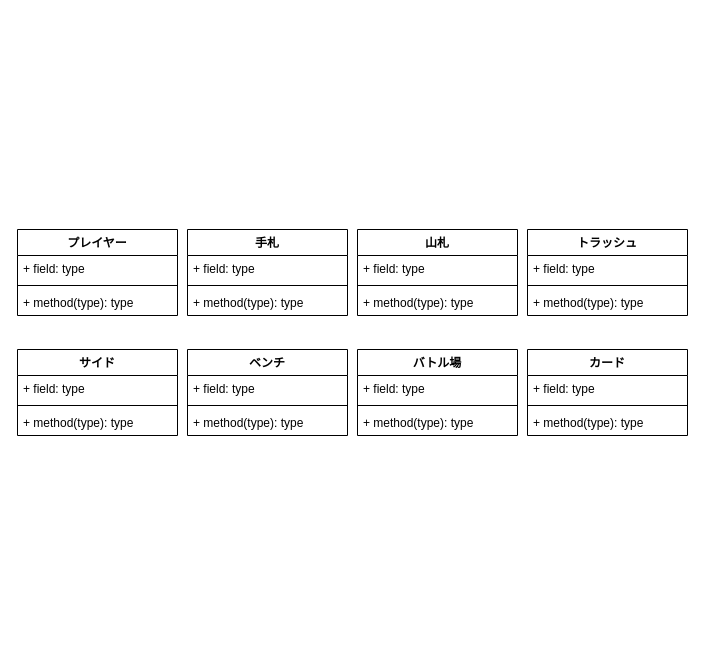
Before: page "ページ5" (5 of 5) of データベース草案.drawio in tinatamago/ptcg, a draw.io diagram. Source tidied: cells renumbered, new cells numbered last; positions are measured from the earlier drawing's top-left corner, leaving out a move shared by most shapes. Both pictures are drawn from the tidied source at 100%, with x=0, y=0 at pixel (17, 229).
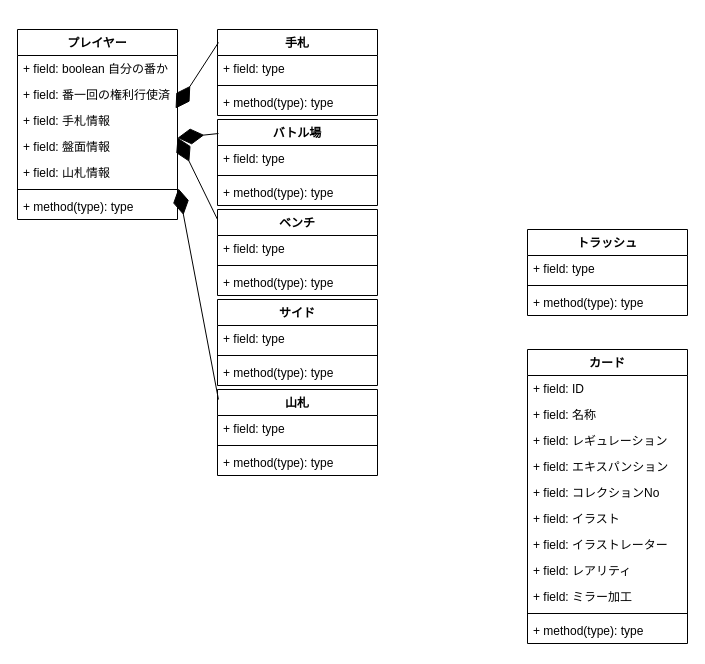
Above is the later version.

What changed in the source:
```diff
@@
     <mxCell id="2" value="プレイヤー" style="swimlane;fontStyle=1;align=center;verticalAlign=top;horizontal=1;startSize=26;whiteSpace=wrap;html=1;" parent="1" vertex="1">
-      <mxGeometry width="160" height="86" as="geometry" />
+      <mxGeometry y="-200" width="160" height="190" as="geometry" />
     </mxCell>
-    <mxCell id="3" value="+ field: type" style="text;strokeColor=none;fillColor=none;align=left;verticalAlign=top;spacingLeft=4;spacingRight=4;overflow=hidden;whiteSpace=wrap;html=1;" parent="2" vertex="1">
+    <mxCell id="3" value="+ field: boolean 自分の番か" style="text;strokeColor=none;fillColor=none;align=left;verticalAlign=top;spacingLeft=4;spacingRight=4;overflow=hidden;whiteSpace=wrap;html=1;" parent="2" vertex="1">
       <mxGeometry y="26" width="160" height="26" as="geometry" />
     </mxCell>
+    <mxCell id="34" value="+ field: 番一回の権利行使済" style="text;strokeColor=none;fillColor=none;align=left;verticalAlign=top;spacingLeft=4;spacingRight=4;overflow=hidden;whiteSpace=wrap;html=1;" parent="2" vertex="1">
+      <mxGeometry y="52" width="160" height="26" as="geometry" />
+    </mxCell>
+    <mxCell id="35" value="+ field: 手札情報" style="text;strokeColor=none;fillColor=none;align=left;verticalAlign=top;spacingLeft=4;spacingRight=4;overflow=hidden;points=[[0,0.5],[1,0.5]];portConstraint=eastwest;whiteSpace=wrap;html=1;" parent="2" vertex="1">
+      <mxGeometry y="78" width="160" height="26" as="geometry" />
+    </mxCell>
+    <mxCell id="36" value="+ field: 盤面情報" style="text;strokeColor=none;fillColor=none;align=left;verticalAlign=top;spacingLeft=4;spacingRight=4;overflow=hidden;points=[[0,0.5],[1,0.5]];portConstraint=eastwest;whiteSpace=wrap;html=1;" parent="2" vertex="1">
+      <mxGeometry y="104" width="160" height="26" as="geometry" />
+    </mxCell>
+    <mxCell id="37" value="+ field: 山札情報" style="text;strokeColor=none;fillColor=none;align=left;verticalAlign=top;spacingLeft=4;spacingRight=4;overflow=hidden;points=[[0,0.5],[1,0.5]];portConstraint=eastwest;whiteSpace=wrap;html=1;" parent="2" vertex="1">
+      <mxGeometry y="130" width="160" height="26" as="geometry" />
+    </mxCell>
     <mxCell id="4" style="line;strokeWidth=1;fillColor=none;align=left;verticalAlign=middle;spacingTop=-1;spacingLeft=3;spacingRight=3;labelPosition=right;strokeColor=inherit;" parent="2" vertex="1">
-      <mxGeometry y="52" width="160" height="8" as="geometry" />
+      <mxGeometry y="156" width="160" height="8" as="geometry" />
     </mxCell>
     <mxCell id="5" value="+ method(type): type" style="text;strokeColor=none;fillColor=none;align=left;verticalAlign=top;spacingLeft=4;spacingRight=4;overflow=hidden;whiteSpace=wrap;html=1;" parent="2" vertex="1">
-      <mxGeometry y="60" width="160" height="26" as="geometry" />
+      <mxGeometry y="164" width="160" height="26" as="geometry" />
     </mxCell>
     <mxCell id="6" value="手札" style="swimlane;fontStyle=1;align=center;verticalAlign=top;horizontal=1;startSize=26;whiteSpace=wrap;html=1;" parent="1" vertex="1">
-      <mxGeometry x="170" width="160" height="86" as="geometry" />
+      <mxGeometry x="200" y="-200" width="160" height="86" as="geometry" />
     </mxCell>
@@
     <mxCell id="10" value="山札" style="swimlane;fontStyle=1;align=center;verticalAlign=top;horizontal=1;startSize=26;whiteSpace=wrap;html=1;" parent="1" vertex="1">
-      <mxGeometry x="340" width="160" height="86" as="geometry" />
+      <mxGeometry x="200" y="160" width="160" height="86" as="geometry" />
     </mxCell>
@@
     <mxCell id="14" value="サイド" style="swimlane;fontStyle=1;align=center;verticalAlign=top;horizontal=1;startSize=26;whiteSpace=wrap;html=1;" parent="1" vertex="1">
-      <mxGeometry y="120" width="160" height="86" as="geometry" />
+      <mxGeometry x="200" y="70" width="160" height="86" as="geometry" />
     </mxCell>
@@
     <mxCell id="18" value="ベンチ" style="swimlane;fontStyle=1;align=center;verticalAlign=top;horizontal=1;startSize=26;whiteSpace=wrap;html=1;" parent="1" vertex="1">
-      <mxGeometry x="170" y="120" width="160" height="86" as="geometry" />
+      <mxGeometry x="200" y="-20" width="160" height="86" as="geometry" />
     </mxCell>
@@
     <mxCell id="22" value="バトル場" style="swimlane;fontStyle=1;align=center;verticalAlign=top;horizontal=1;startSize=26;whiteSpace=wrap;html=1;" parent="1" vertex="1">
-      <mxGeometry x="340" y="120" width="160" height="86" as="geometry" />
+      <mxGeometry x="200" y="-110" width="160" height="86" as="geometry" />
     </mxCell>
@@
     <mxCell id="30" value="カード" style="swimlane;fontStyle=1;align=center;verticalAlign=top;horizontal=1;startSize=26;whiteSpace=wrap;html=1;" parent="1" vertex="1">
-      <mxGeometry x="510" y="120" width="160" height="86" as="geometry" />
+      <mxGeometry x="510" y="120" width="160" height="294" as="geometry" />
     </mxCell>
+    <mxCell id="38" value="+ field: ID" style="text;strokeColor=none;fillColor=none;align=left;verticalAlign=top;spacingLeft=4;spacingRight=4;overflow=hidden;whiteSpace=wrap;html=1;" parent="30" vertex="1">
+      <mxGeometry y="26" width="160" height="26" as="geometry" />
+    </mxCell>
-    <mxCell id="31" value="+ field: type" style="text;strokeColor=none;fillColor=none;align=left;verticalAlign=top;spacingLeft=4;spacingRight=4;overflow=hidden;whiteSpace=wrap;html=1;" parent="30" vertex="1">
-      <mxGeometry y="26" width="160" height="26" as="geometry" />
+    <mxCell id="31" value="+ field: 名称" style="text;strokeColor=none;fillColor=none;align=left;verticalAlign=top;spacingLeft=4;spacingRight=4;overflow=hidden;whiteSpace=wrap;html=1;" parent="30" vertex="1">
+      <mxGeometry y="52" width="160" height="26" as="geometry" />
     </mxCell>
+    <mxCell id="39" value="+ field: レギュレーション" style="text;strokeColor=none;fillColor=none;align=left;verticalAlign=top;spacingLeft=4;spacingRight=4;overflow=hidden;whiteSpace=wrap;html=1;" parent="30" vertex="1">
+      <mxGeometry y="78" width="160" height="26" as="geometry" />
+    </mxCell>
+    <mxCell id="40" value="+ field: エキスパンション" style="text;strokeColor=none;fillColor=none;align=left;verticalAlign=top;spacingLeft=4;spacingRight=4;overflow=hidden;whiteSpace=wrap;html=1;" parent="30" vertex="1">
+      <mxGeometry y="104" width="160" height="26" as="geometry" />
+    </mxCell>
+    <mxCell id="41" value="+ field: コレクションNo" style="text;strokeColor=none;fillColor=none;align=left;verticalAlign=top;spacingLeft=4;spacingRight=4;overflow=hidden;whiteSpace=wrap;html=1;" parent="30" vertex="1">
+      <mxGeometry y="130" width="160" height="26" as="geometry" />
+    </mxCell>
+    <mxCell id="42" value="+ field: イラスト" style="text;strokeColor=none;fillColor=none;align=left;verticalAlign=top;spacingLeft=4;spacingRight=4;overflow=hidden;whiteSpace=wrap;html=1;" parent="30" vertex="1">
+      <mxGeometry y="156" width="160" height="26" as="geometry" />
+    </mxCell>
+    <mxCell id="43" value="+ field: イラストレーター" style="text;strokeColor=none;fillColor=none;align=left;verticalAlign=top;spacingLeft=4;spacingRight=4;overflow=hidden;whiteSpace=wrap;html=1;" parent="30" vertex="1">
+      <mxGeometry y="182" width="160" height="26" as="geometry" />
+    </mxCell>
+    <mxCell id="44" value="+ field: レアリティ" style="text;strokeColor=none;fillColor=none;align=left;verticalAlign=top;spacingLeft=4;spacingRight=4;overflow=hidden;whiteSpace=wrap;html=1;" parent="30" vertex="1">
+      <mxGeometry y="208" width="160" height="26" as="geometry" />
+    </mxCell>
+    <mxCell id="45" value="+ field: ミラー加工" style="text;strokeColor=none;fillColor=none;align=left;verticalAlign=top;spacingLeft=4;spacingRight=4;overflow=hidden;whiteSpace=wrap;html=1;" parent="30" vertex="1">
+      <mxGeometry y="234" width="160" height="26" as="geometry" />
+    </mxCell>
     <mxCell id="32" style="line;strokeWidth=1;fillColor=none;align=left;verticalAlign=middle;spacingTop=-1;spacingLeft=3;spacingRight=3;labelPosition=right;strokeColor=inherit;" parent="30" vertex="1">
-      <mxGeometry y="52" width="160" height="8" as="geometry" />
+      <mxGeometry y="260" width="160" height="8" as="geometry" />
     </mxCell>
     <mxCell id="33" value="+ method(type): type" style="text;strokeColor=none;fillColor=none;align=left;verticalAlign=top;spacingLeft=4;spacingRight=4;overflow=hidden;whiteSpace=wrap;html=1;" parent="30" vertex="1">
-      <mxGeometry y="60" width="160" height="26" as="geometry" />
+      <mxGeometry y="268" width="160" height="26" as="geometry" />
     </mxCell>
+    <mxCell id="46" style="endArrow=diamondThin;endFill=1;endSize=24;html=1;rounded=0;exitX=0.006;exitY=0.151;exitDx=0;exitDy=0;exitPerimeter=0;entryX=0.988;entryY=0.038;entryDx=0;entryDy=0;entryPerimeter=0;" parent="1" edge="1" source="6" target="35">
+      <mxGeometry relative="1" as="geometry" />
+    </mxCell>
+    <mxCell id="47" style="endArrow=diamondThin;endFill=1;endSize=24;html=1;rounded=0;exitX=0.006;exitY=0.116;exitDx=0;exitDy=0;exitPerimeter=0;entryX=1.006;entryY=1.115;entryDx=0;entryDy=0;entryPerimeter=0;" parent="1" edge="1" source="10" target="37">
+      <mxGeometry relative="1" as="geometry" />
+    </mxCell>
+    <mxCell id="48" style="endArrow=diamondThin;endFill=1;endSize=24;html=1;rounded=0;exitX=0.006;exitY=0.163;exitDx=0;exitDy=0;exitPerimeter=0;" parent="1" edge="1" source="22" target="36">
+      <mxGeometry relative="1" as="geometry" />
+    </mxCell>
+    <mxCell id="49" style="endArrow=diamondThin;endFill=1;endSize=24;html=1;rounded=0;exitX=0;exitY=0.116;exitDx=0;exitDy=0;exitPerimeter=0;entryX=1;entryY=0.154;entryDx=0;entryDy=0;entryPerimeter=0;" parent="1" edge="1" source="18" target="36">
+      <mxGeometry relative="1" as="geometry" />
+    </mxCell>
```
